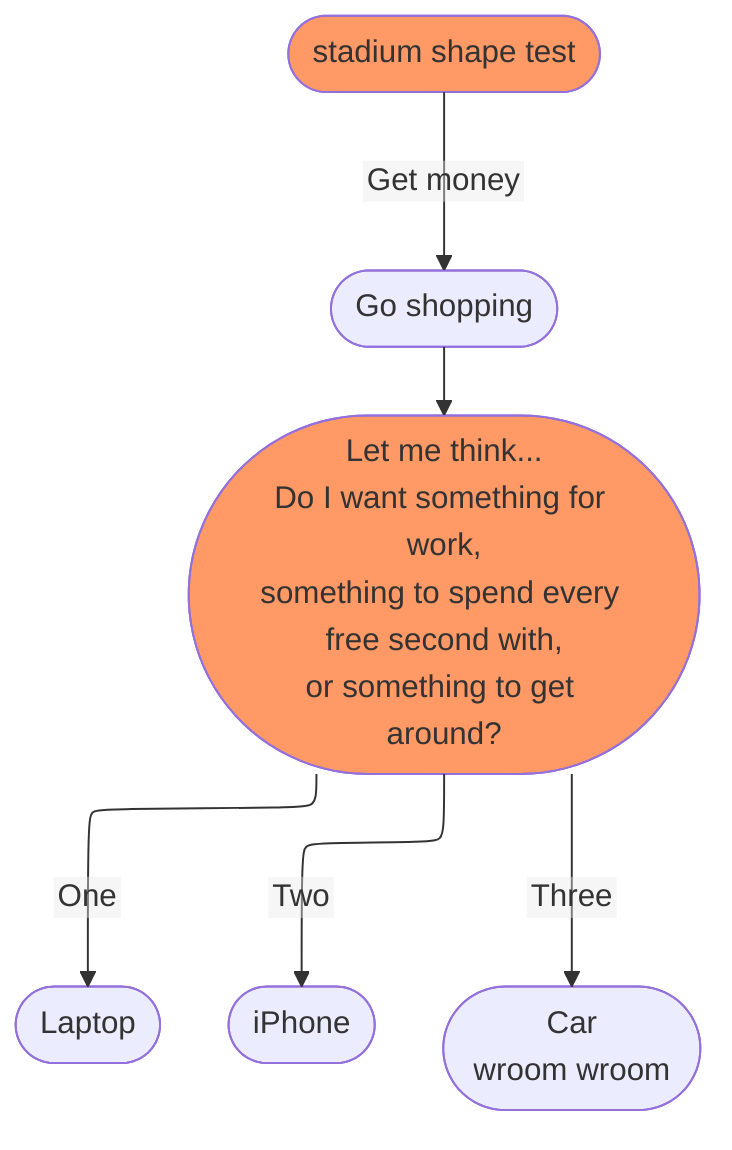
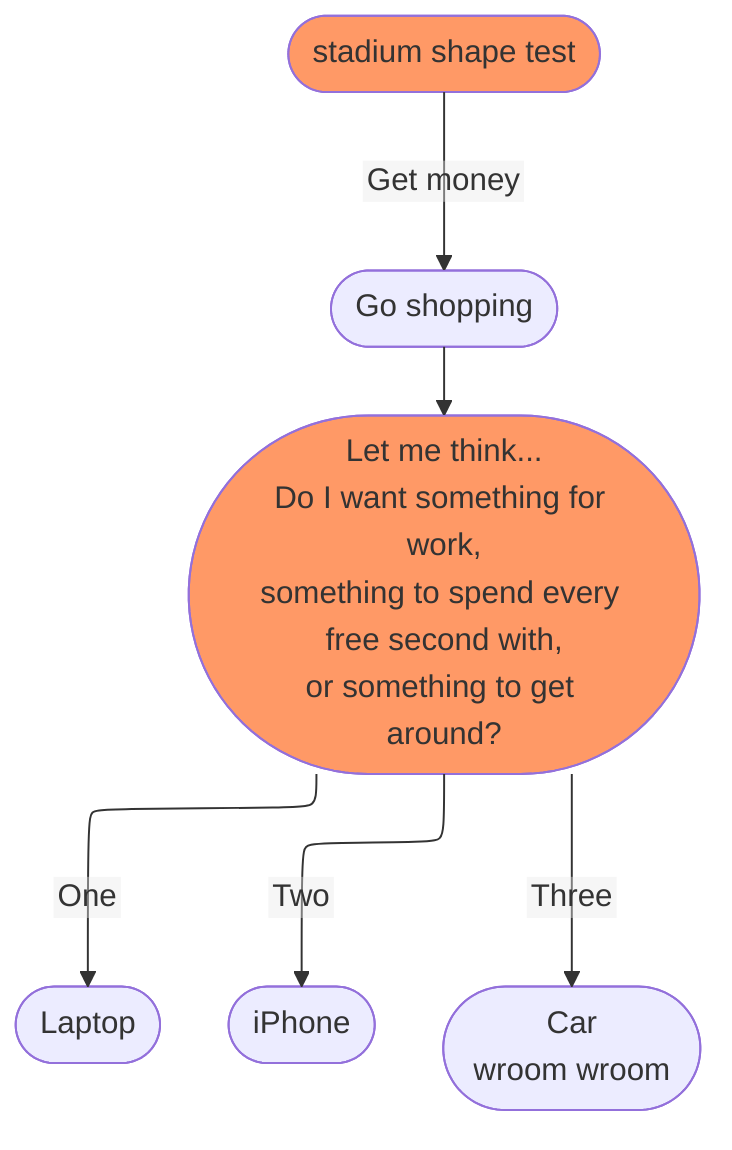
---
config:
  flowchart:
    htmlLabels: false
    fontFamily: 'courier'
  elk:
    nodePlacementAlignment: NONE
---
flowchart-elk TD
      A([stadium shape test])
      A -->|Get money| B([Go shopping])
      B --> C([Let me think...<br />Do I want something for work,<br />something to spend every free second with,<br />or something to get around?])
      C -->|One| D([Laptop])
      C -->|Two| E([iPhone])
      C -->|Three| F([Car<br/>wroom wroom])
      click A "index.html#link-clicked" "link test"
      click B testClick "click test"
      classDef someclass fill:#f96;
      class A someclass;
-       class C someclass;+       class C someclass;
